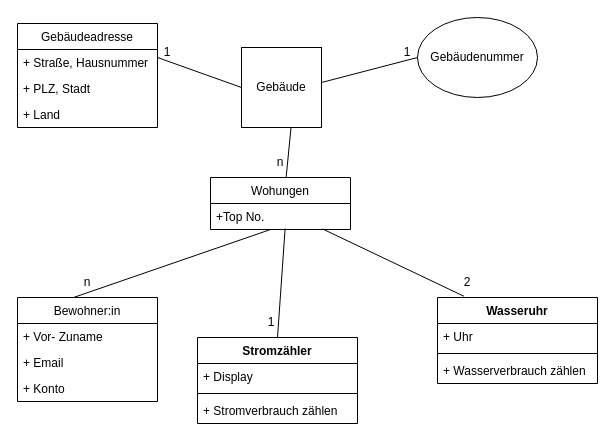
Before: UML-Diagram.drawio in burrkules/assignment_1, a draw.io diagram. Source tidied: cells renumbered, new cells numbered last; positions are measured from the earlier drawing's top-left corner, leaving out a move shared by most shapes. Both pictures are drawn from the tidied source at 100%, with x=0, y=0 at pixel (17, 17).
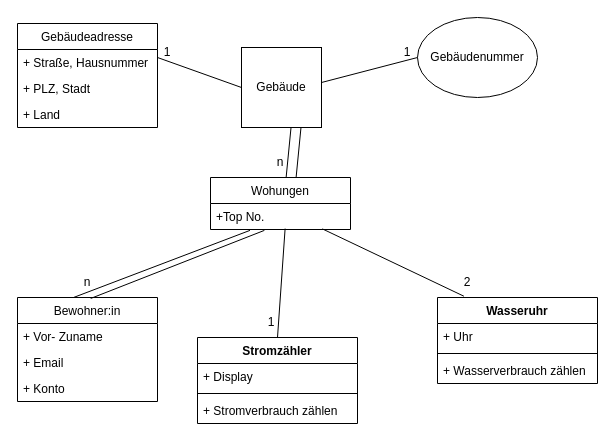
The same diagram, later.

The change refers to these unchanged cells:
```xml
<mxCell id="14" value="+Top No." style="text;strokeColor=none;fillColor=none;align=left;verticalAlign=top;spacingLeft=4;spacingRight=4;overflow=hidden;points=[[0,0.5],[1,0.5]];portConstraint=eastwest;" parent="13" vertex="1">
  <mxGeometry y="26" width="140" height="26" as="geometry" />
</mxCell>
<mxCell id="17" value="Bewohner:in" style="swimlane;fontStyle=0;horizontal=1;startSize=26;fillColor=none;" parent="1" vertex="1">
  <mxGeometry y="280" width="140" height="104" as="geometry" />
</mxCell>
```

What changed in the source:
```diff
@@
-    <mxCell id="21" style="endArrow=none;html=1;rounded=0;entryX=1;entryY=0.5;entryDx=0;entryDy=0;exitX=0.426;exitY=1.006;exitDx=0;exitDy=0;exitPerimeter=0;" parent="1" edge="1" source="14">
+    <mxCell id="21" style="endArrow=none;html=1;rounded=0;entryX=1;entryY=0.5;entryDx=0;entryDy=0;exitX=0.282;exitY=1.034;exitDx=0;exitDy=0;exitPerimeter=0;" parent="1" edge="1" source="14">
       <mxGeometry relative="1" as="geometry">
         <mxPoint x="56" y="280" as="targetPoint" />
       </mxGeometry>
     </mxCell>
@@
+    <mxCell id="35" style="endArrow=none;html=1;rounded=0;exitX=0.523;exitY=0.009;exitDx=0;exitDy=0;exitPerimeter=0;entryX=0.385;entryY=1.034;entryDx=0;entryDy=0;entryPerimeter=0;" parent="1" edge="1" source="17" target="14">
+      <mxGeometry relative="1" as="geometry" />
+    </mxCell>
+    <mxCell id="36" style="endArrow=none;html=1;rounded=0;entryX=0.54;entryY=0.005;entryDx=0;entryDy=0;exitX=0.619;exitY=1.001;exitDx=0;exitDy=0;entryPerimeter=0;exitPerimeter=0;" parent="1" edge="1">
+      <mxGeometry relative="1" as="geometry">
+        <mxPoint x="283.5" y="109.8" as="sourcePoint" />
+        <mxPoint x="278.6" y="160" as="targetPoint" />
+      </mxGeometry>
+    </mxCell>
```
